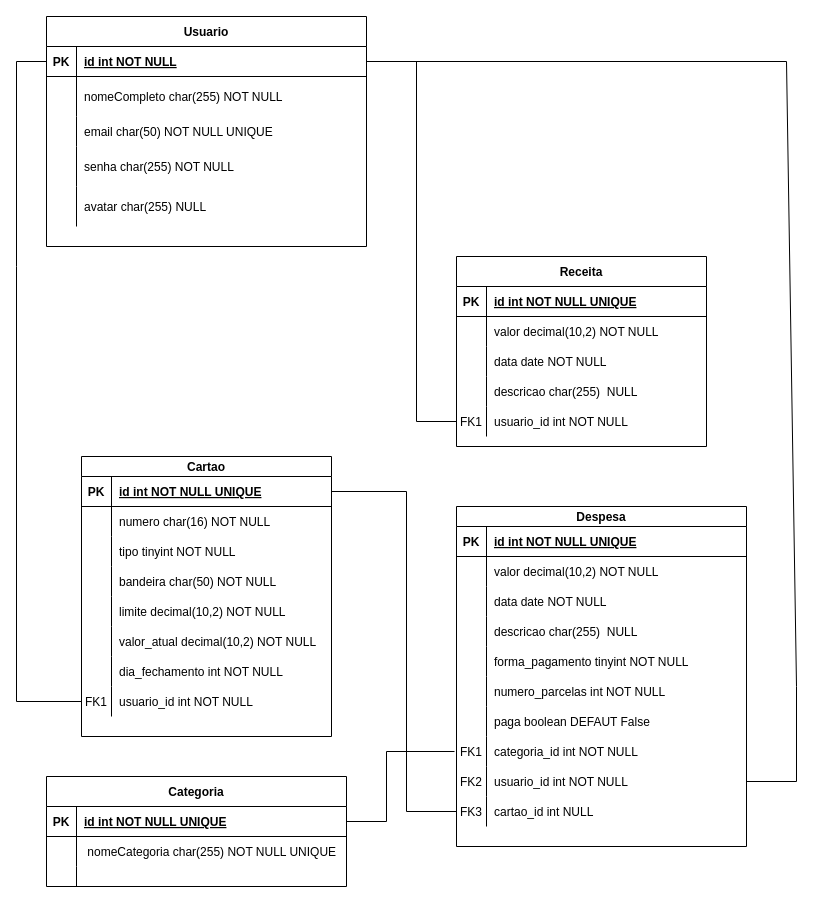
Before: modelagemBd/S.drawio in Siriusb42/projeto_integrador, a draw.io diagram. Source tidied: cells renumbered, new cells numbered last; positions are measured from the earlier drawing's top-left corner, leaving out a move shared by most shapes. Both pictures are drawn from the tidied source at 100%, with x=0, y=0 at pixel (16, 16).
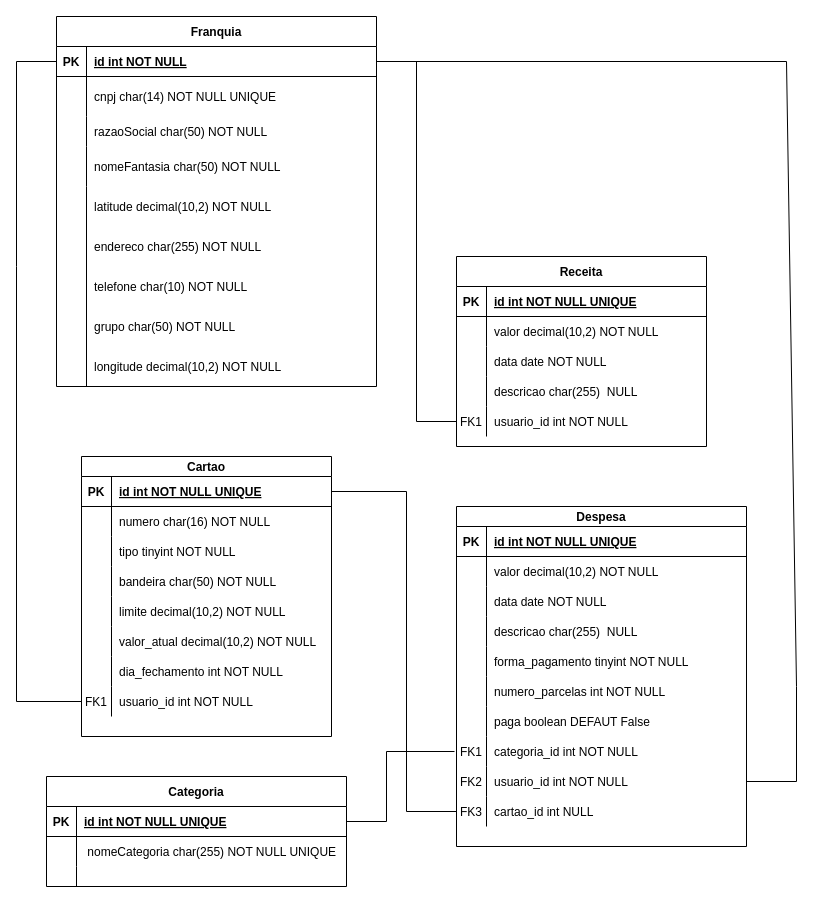
The same page after the edit.

Unchanged cells that the change refers to:
```xml
<mxCell id="32" style="shape=partialRectangle;fillColor=none;top=0;left=0;right=0;bottom=0;" parent="28" vertex="1">
  <mxGeometry y="60" width="320" height="40" as="geometry" />
</mxCell>
<mxCell id="35" style="shape=partialRectangle;fillColor=none;top=0;left=0;right=0;bottom=0;" parent="28" vertex="1">
  <mxGeometry y="100" width="320" height="30" as="geometry" />
</mxCell>
<mxCell id="38" style="shape=partialRectangle;fillColor=none;top=0;left=0;right=0;bottom=0;" parent="28" vertex="1">
  <mxGeometry y="130" width="320" height="40" as="geometry" />
</mxCell>
<mxCell id="41" style="shape=partialRectangle;fillColor=none;top=0;left=0;right=0;bottom=0;" parent="28" vertex="1">
  <mxGeometry y="170" width="320" height="40" as="geometry" />
</mxCell>
```

What changed in the source:
```diff
@@
-    <mxCell id="28" value="Usuario" style="shape=table;startSize=30;childLayout=tableLayout;rowLines=0;fontStyle=1;align=center;" parent="1" vertex="1">
-      <mxGeometry x="30" width="320" height="230" as="geometry" />
+    <mxCell id="28" value="Franquia" style="shape=table;startSize=30;childLayout=tableLayout;rowLines=0;fontStyle=1;align=center;" parent="1" vertex="1">
+      <mxGeometry x="40" width="320" height="370" as="geometry" />
     </mxCell>
@@
-    <mxCell id="34" value="nomeCompleto char(255) NOT NULL" style="shape=partialRectangle;overflow=hidden;fillColor=none;top=0;left=0;bottom=0;right=0;align=left;spacingLeft=6;" parent="32" vertex="1">
+    <mxCell id="34" value="cnpj char(14) NOT NULL UNIQUE" style="shape=partialRectangle;overflow=hidden;fillColor=none;top=0;left=0;bottom=0;right=0;align=left;spacingLeft=6;" parent="32" vertex="1">
       <mxGeometry x="30" width="290" height="40" as="geometry" />
     </mxCell>
@@
-    <mxCell id="37" value="email char(50) NOT NULL UNIQUE" style="shape=partialRectangle;overflow=hidden;fillColor=none;top=0;left=0;bottom=0;right=0;align=left;spacingLeft=6;" parent="35" vertex="1">
+    <mxCell id="37" value="razaoSocial char(50) NOT NULL " style="shape=partialRectangle;overflow=hidden;fillColor=none;top=0;left=0;bottom=0;right=0;align=left;spacingLeft=6;" parent="35" vertex="1">
       <mxGeometry x="30" width="290" height="30" as="geometry" />
     </mxCell>
@@
-    <mxCell id="40" value="senha char(255) NOT NULL" style="shape=partialRectangle;overflow=hidden;fillColor=none;top=0;left=0;bottom=0;right=0;align=left;spacingLeft=6;" parent="38" vertex="1">
+    <mxCell id="40" value="nomeFantasia char(50) NOT NULL" style="shape=partialRectangle;overflow=hidden;fillColor=none;top=0;left=0;bottom=0;right=0;align=left;spacingLeft=6;" parent="38" vertex="1">
       <mxGeometry x="30" width="290" height="40" as="geometry" />
     </mxCell>
@@
-    <mxCell id="43" value="avatar char(255) NULL" style="shape=partialRectangle;overflow=hidden;fillColor=none;top=0;left=0;bottom=0;right=0;align=left;spacingLeft=6;" parent="41" vertex="1">
+    <mxCell id="43" value="latitude decimal(10,2) NOT NULL " style="shape=partialRectangle;overflow=hidden;fillColor=none;top=0;left=0;bottom=0;right=0;align=left;spacingLeft=6;" parent="41" vertex="1">
       <mxGeometry x="30" width="290" height="40" as="geometry" />
     </mxCell>
@@
+    <mxCell id="105" value="endereco char(255) NOT NULL" style="shape=partialRectangle;overflow=hidden;fillColor=none;top=0;left=0;bottom=0;right=0;align=left;spacingLeft=6;" parent="1" vertex="1">
+      <mxGeometry x="70" y="210" width="290" height="40" as="geometry" />
+    </mxCell>
+    <mxCell id="106" value="longitude decimal(10,2) NOT NULL " style="shape=partialRectangle;overflow=hidden;fillColor=none;top=0;left=0;bottom=0;right=0;align=left;spacingLeft=6;" parent="1" vertex="1">
+      <mxGeometry x="70" y="330" width="290" height="40" as="geometry" />
+    </mxCell>
+    <mxCell id="107" value="telefone char(10) NOT NULL" style="shape=partialRectangle;overflow=hidden;fillColor=none;top=0;left=0;bottom=0;right=0;align=left;spacingLeft=6;" parent="1" vertex="1">
+      <mxGeometry x="70" y="250" width="290" height="40" as="geometry" />
+    </mxCell>
+    <mxCell id="108" value="grupo char(50) NOT NULL" style="shape=partialRectangle;overflow=hidden;fillColor=none;top=0;left=0;bottom=0;right=0;align=left;spacingLeft=6;" parent="1" vertex="1">
+      <mxGeometry x="70" y="290" width="290" height="40" as="geometry" />
+    </mxCell>
+    <mxCell id="109" style="shape=partialRectangle;whiteSpace=wrap;html=1;right=0;top=0;bottom=0;fillColor=none;routingCenterX=-0.5;" parent="1" vertex="1">
+      <mxGeometry x="70" y="210" width="10" height="160" as="geometry" />
+    </mxCell>
```
